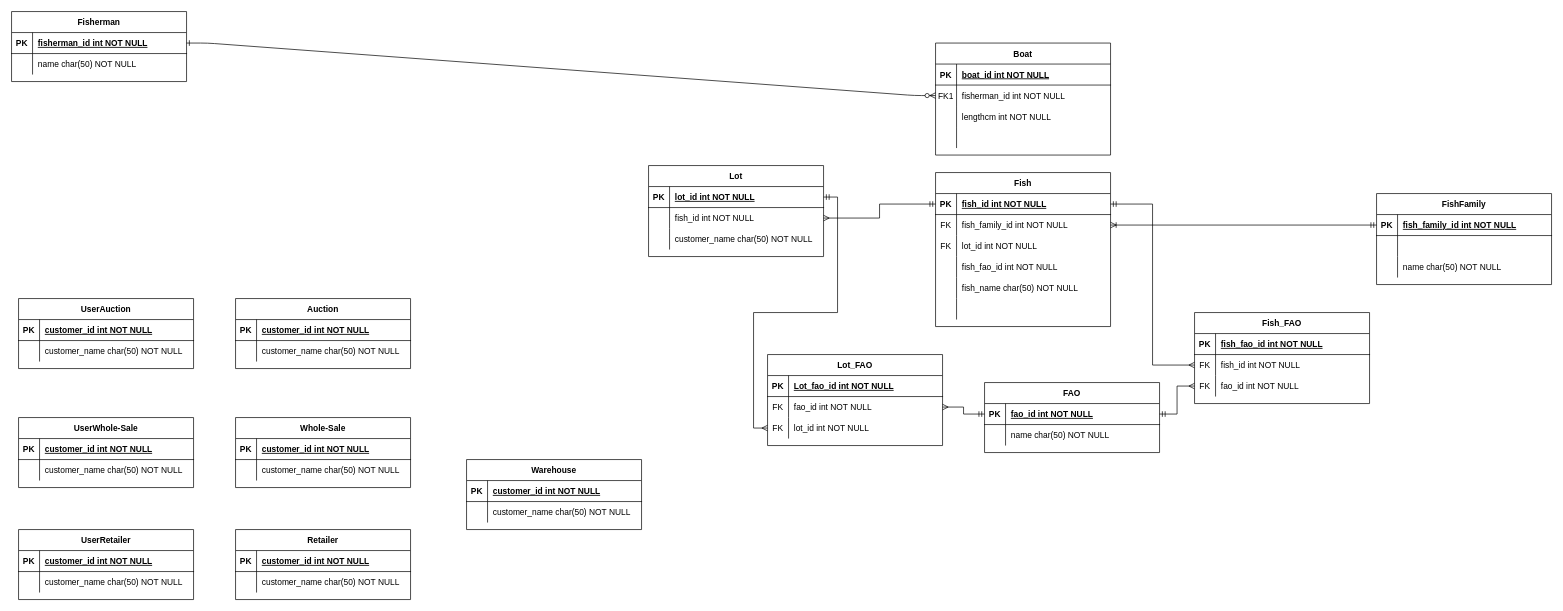
This is ERD.drawio from johanjuulj/fishy, a draw.io file, before an edit. Source tidied: cells renumbered, new cells numbered last; positions are measured from the earlier drawing's top-left corner, leaving out a move shared by most shapes. Both pictures are drawn from the tidied source at 70%, with x=0, y=0 at pixel (11, 11).
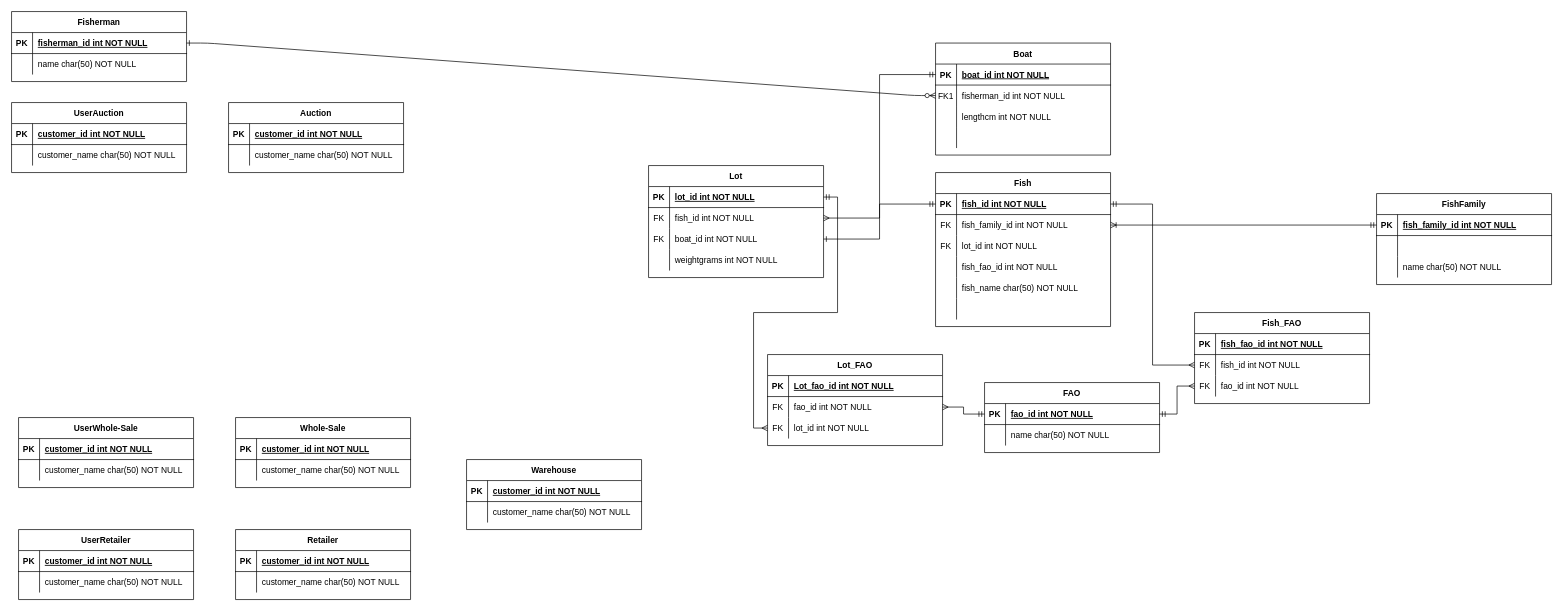
Above is the later version.

Unchanged cells that the change refers to:
```xml
<mxCell id="4" style="shape=partialRectangle;fillColor=none;points=[[0,0.5],[1,0.5]];portConstraint=eastwest;top=0;left=0;right=0;bottom=1;" parent="3" vertex="1">
  <mxGeometry y="30" width="250" height="30" as="geometry" />
</mxCell>
<mxCell id="113" style="shape=partialRectangle;fillColor=none;points=[[0,0.5],[1,0.5]];portConstraint=eastwest;top=0;left=0;right=0;bottom=0;" parent="109" vertex="1">
  <mxGeometry y="60" width="250" height="30" as="geometry" />
</mxCell>
```

Diff of the diagram source:
```diff
@@
     <mxCell id="60" value="Auction" style="shape=table;startSize=30;childLayout=tableLayout;rowLines=0;fontStyle=1;align=center;" parent="1" vertex="1">
-      <mxGeometry x="320" y="410" width="250" height="100" as="geometry" />
+      <mxGeometry x="310" y="130" width="250" height="100" as="geometry" />
     </mxCell>
@@
     <mxCell id="67" value="UserAuction" style="shape=table;startSize=30;childLayout=tableLayout;rowLines=0;fontStyle=1;align=center;" parent="1" vertex="1">
-      <mxGeometry x="10" y="410" width="250" height="100" as="geometry" />
+      <mxGeometry y="130" width="250" height="100" as="geometry" />
     </mxCell>
@@
     <mxCell id="109" value="Lot" style="shape=table;startSize=30;childLayout=tableLayout;rowLines=0;fontStyle=1;align=center;" parent="1" vertex="1">
-      <mxGeometry x="910" y="220" width="250" height="130" as="geometry" />
+      <mxGeometry x="910" y="220" width="250" height="160" as="geometry" />
     </mxCell>
@@
-    <mxCell id="114" style="shape=partialRectangle;overflow=hidden;fillColor=none;top=0;left=0;bottom=0;right=0;" parent="113" vertex="1">
+    <mxCell id="114" value="FK" style="shape=partialRectangle;overflow=hidden;fillColor=none;top=0;left=0;bottom=0;right=0;" parent="113" vertex="1">
       <mxGeometry width="30" height="30" as="geometry" />
     </mxCell>
@@
+    <mxCell id="144" style="shape=partialRectangle;fillColor=none;points=[[0,0.5],[1,0.5]];portConstraint=eastwest;top=0;left=0;right=0;bottom=0;" parent="109" vertex="1">
+      <mxGeometry y="90" width="250" height="30" as="geometry" />
+    </mxCell>
+    <mxCell id="145" value="FK" style="shape=partialRectangle;overflow=hidden;fillColor=none;top=0;left=0;bottom=0;right=0;" parent="144" vertex="1">
+      <mxGeometry width="30" height="30" as="geometry" />
+    </mxCell>
+    <mxCell id="146" value="boat_id int NOT NULL" style="shape=partialRectangle;overflow=hidden;fillColor=none;top=0;left=0;bottom=0;right=0;align=left;spacingLeft=6;" parent="144" vertex="1">
+      <mxGeometry x="30" width="220" height="30" as="geometry" />
+    </mxCell>
     <mxCell id="116" style="shape=partialRectangle;fillColor=none;top=0;left=0;right=0;bottom=0;" parent="109" vertex="1">
-      <mxGeometry y="90" width="250" height="30" as="geometry" />
+      <mxGeometry y="120" width="250" height="30" as="geometry" />
     </mxCell>
@@
-    <mxCell id="118" value="customer_name char(50) NOT NULL" style="shape=partialRectangle;overflow=hidden;fillColor=none;top=0;left=0;bottom=0;right=0;align=left;spacingLeft=6;" parent="116" vertex="1">
+    <mxCell id="118" value="weightgrams int NOT NULL" style="shape=partialRectangle;overflow=hidden;fillColor=none;top=0;left=0;bottom=0;right=0;align=left;spacingLeft=6;" parent="116" vertex="1">
       <mxGeometry x="30" width="220" height="30" as="geometry" />
     </mxCell>
@@
+    <mxCell id="147" style="edgeStyle=orthogonalEdgeStyle;rounded=0;jettySize=auto;html=1;entryX=0;entryY=0.5;entryDx=0;entryDy=0;startArrow=ERone;startFill=0;endArrow=ERmandOne;endFill=0;" parent="1" edge="1" source="144" target="4">
+      <mxGeometry relative="1" as="geometry" />
+    </mxCell>
```
